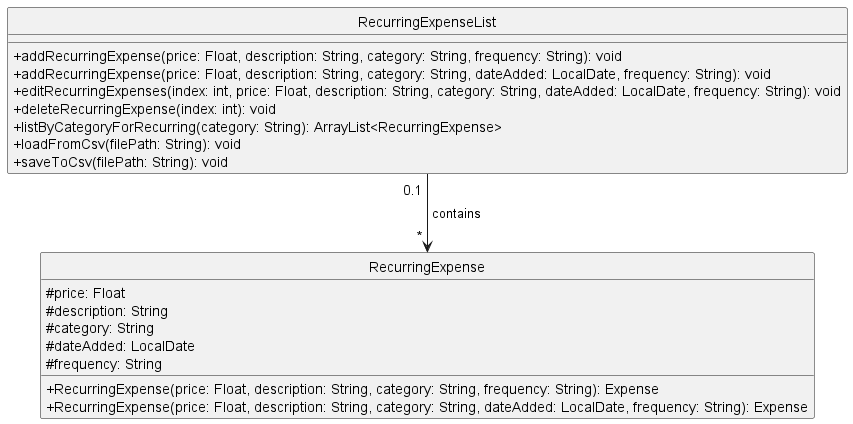
Before: docs/diagrams/images/RecurringExpenseAndRecurringExpenseList.png, a diagram exported from PlantUML (nus-cs2113-AY2425S1/tp).
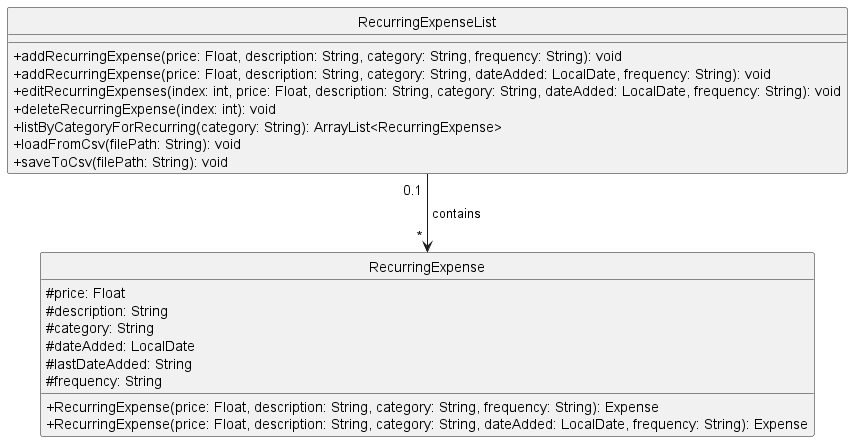
The same diagram one commit later.

Commit message:
Update RecurringExpense class diagram

Change to the diagram source:
```diff
@@ -7,6 +7,7 @@
     #description: String
     #category: String
     #dateAdded: LocalDate
+    #lastDateAdded: String
     #frequency: String
     +RecurringExpense(price: Float, description: String, category: String, frequency: String): Expense
     +RecurringExpense(price: Float, description: String, category: String, dateAdded: LocalDate, frequency: String): Expense
```
